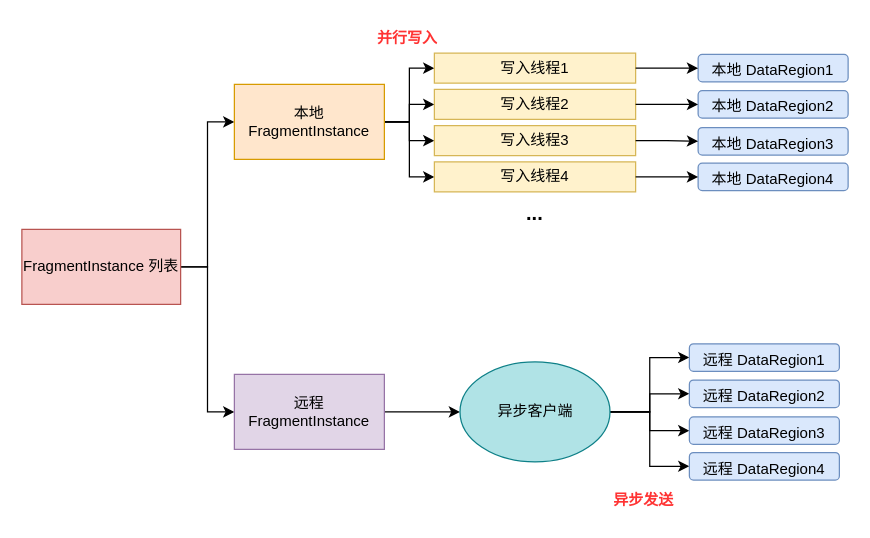
THUMarkLau/thuthesis keeps this draw.io diagram as 设计图/FragmentInstance写入.drawio. Above is the earlier version. Source tidied: cells renumbered, new cells numbered last; positions are measured from the earlier drawing's top-left corner, leaving out a move shared by most shapes. Both pictures are drawn from the tidied source at 125%, with x=0, y=0 at pixel (21, 21).
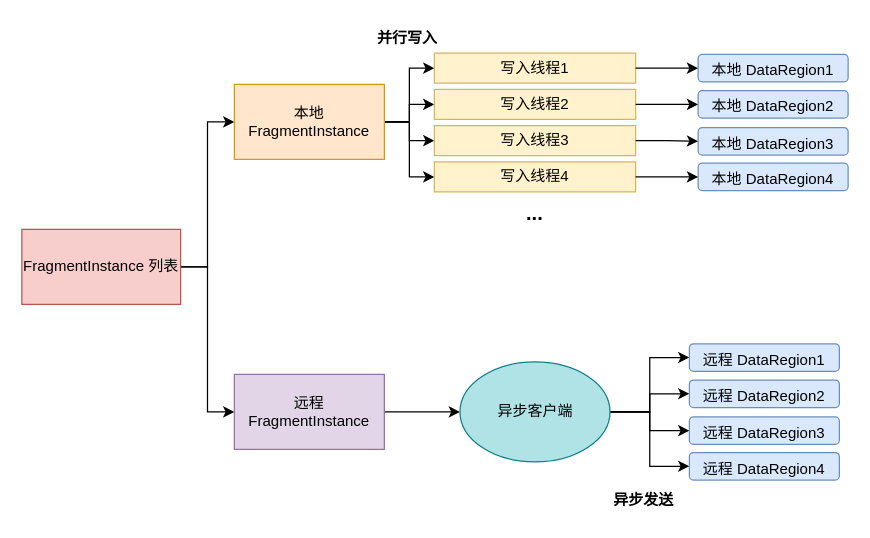
The same page after the edit.

What changed in the source:
```diff
@@
-    <mxCell id="26" value="&lt;b&gt;&lt;font color=&quot;#ff3333&quot;&gt;并行写入&lt;/font&gt;&lt;/b&gt;" style="text;html=1;align=center;verticalAlign=middle;strokeColor=none;fillColor=none;fontSize=12;" parent="1" vertex="1">
+    <mxCell id="26" value="&lt;b&gt;&lt;font&gt;并行写入&lt;/font&gt;&lt;/b&gt;" style="text;html=1;align=center;verticalAlign=middle;strokeColor=none;fillColor=none;fontSize=12;fontColor=default;" parent="1" vertex="1">
       <mxGeometry x="275" width="66" height="26" as="geometry" />
     </mxCell>
@@
-    <mxCell id="36" value="&lt;b&gt;&lt;font color=&quot;#ff3333&quot;&gt;异步发送&lt;/font&gt;&lt;/b&gt;" style="text;html=1;align=center;verticalAlign=middle;strokeColor=none;fillColor=none;fontSize=12;" parent="1" vertex="1">
+    <mxCell id="36" value="&lt;b&gt;&lt;font&gt;异步发送&lt;/font&gt;&lt;/b&gt;" style="text;html=1;align=center;verticalAlign=middle;strokeColor=none;fillColor=none;fontSize=12;fontColor=default;" parent="1" vertex="1">
       <mxGeometry x="464" y="370" width="66" height="26" as="geometry" />
     </mxCell>
```
